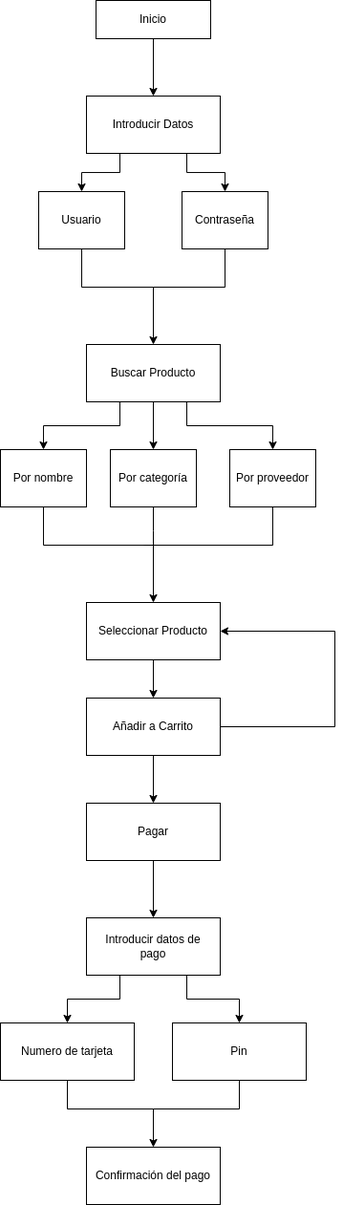
This is ExamenDiagramaActividades2.png from PeterMartEsc/ETS, a draw.io export, as it was before one commit. Source tidied: cells renumbered, new cells last; positions are measured from the earlier drawing's top-left corner, leaving out a move shared by most shapes.
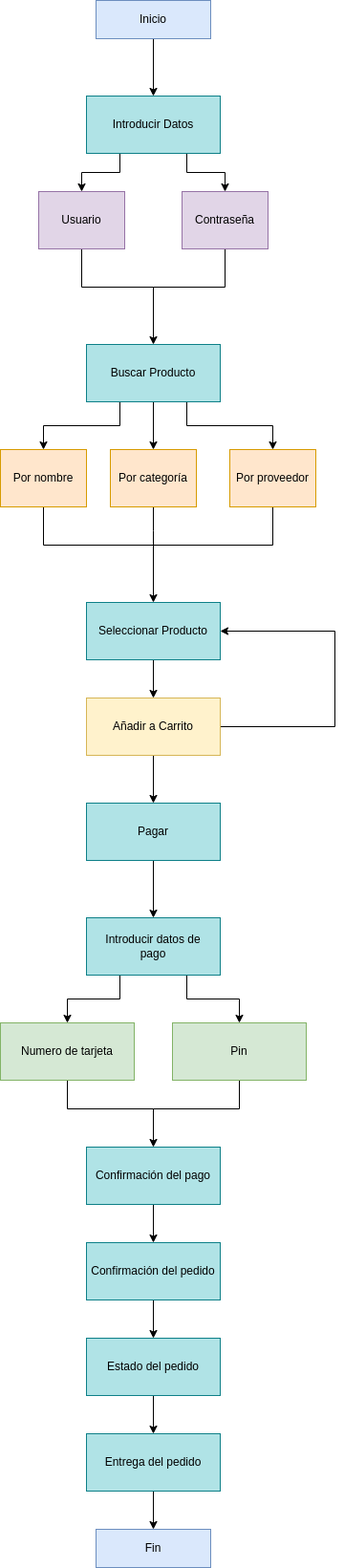
The same file after the commit.

Diff of the diagram source:
```diff
@@ -5,7 +5,7 @@
     <mxCell id="2" style="edgeStyle=orthogonalEdgeStyle;rounded=0;jettySize=auto;html=1;exitX=0.5;exitY=1;exitDx=0;exitDy=0;" parent="1" edge="1" source="3" target="6">
       <mxGeometry relative="1" as="geometry" />
     </mxCell>
-    <mxCell id="3" value="Inicio" style="rounded=0;whiteSpace=wrap;html=1;" parent="1" vertex="1">
+    <mxCell id="3" value="Inicio" style="rounded=0;whiteSpace=wrap;html=1;fillColor=#dae8fc;strokeColor=#6c8ebf;" parent="1" vertex="1">
       <mxGeometry x="100" width="120" height="40" as="geometry" />
     </mxCell>
     <mxCell id="4" style="edgeStyle=orthogonalEdgeStyle;rounded=0;jettySize=auto;html=1;exitX=0.25;exitY=1;exitDx=0;exitDy=0;entryX=0.5;entryY=0;entryDx=0;entryDy=0;" parent="1" edge="1" source="6" target="8">
@@ -14,7 +14,7 @@
     <mxCell id="5" style="edgeStyle=orthogonalEdgeStyle;rounded=0;jettySize=auto;html=1;exitX=0.75;exitY=1;exitDx=0;exitDy=0;entryX=0.5;entryY=0;entryDx=0;entryDy=0;" parent="1" edge="1" source="6" target="10">
       <mxGeometry relative="1" as="geometry" />
     </mxCell>
-    <mxCell id="6" value="Introducir Datos" style="rounded=0;whiteSpace=wrap;html=1;" parent="1" vertex="1">
+    <mxCell id="6" value="Introducir Datos" style="rounded=0;whiteSpace=wrap;html=1;fillColor=#b0e3e6;strokeColor=#0e8088;" parent="1" vertex="1">
       <mxGeometry x="90" y="100" width="140" height="60" as="geometry" />
     </mxCell>
     <mxCell id="7" style="edgeStyle=orthogonalEdgeStyle;rounded=0;jettySize=auto;html=1;entryX=0.5;entryY=0;entryDx=0;entryDy=0;" parent="1" edge="1" source="8" target="14">
@@ -25,7 +25,7 @@
         </Array>
       </mxGeometry>
     </mxCell>
-    <mxCell id="8" value="Usuario" style="rounded=0;whiteSpace=wrap;html=1;" parent="1" vertex="1">
+    <mxCell id="8" value="Usuario" style="rounded=0;whiteSpace=wrap;html=1;fillColor=#e1d5e7;strokeColor=#9673a6;" parent="1" vertex="1">
       <mxGeometry x="40" y="200" width="90" height="60" as="geometry" />
     </mxCell>
     <mxCell id="9" style="edgeStyle=orthogonalEdgeStyle;rounded=0;jettySize=auto;html=1;exitX=0.5;exitY=1;exitDx=0;exitDy=0;endArrow=none;endFill=0;" parent="1" edge="1" source="10">
@@ -36,7 +36,7 @@
         </Array>
       </mxGeometry>
     </mxCell>
-    <mxCell id="10" value="Contraseña" style="rounded=0;whiteSpace=wrap;html=1;" parent="1" vertex="1">
+    <mxCell id="10" value="Contraseña" style="rounded=0;whiteSpace=wrap;html=1;fillColor=#e1d5e7;strokeColor=#9673a6;" parent="1" vertex="1">
       <mxGeometry x="190" y="200" width="90" height="60" as="geometry" />
     </mxCell>
     <mxCell id="11" style="edgeStyle=orthogonalEdgeStyle;rounded=0;jettySize=auto;html=1;exitX=0.25;exitY=1;exitDx=0;exitDy=0;entryX=0.5;entryY=0;entryDx=0;entryDy=0;" parent="1" edge="1" source="14" target="16">
@@ -48,7 +48,7 @@
     <mxCell id="13" style="edgeStyle=orthogonalEdgeStyle;rounded=0;jettySize=auto;html=1;exitX=0.75;exitY=1;exitDx=0;exitDy=0;entryX=0.5;entryY=0;entryDx=0;entryDy=0;" parent="1" edge="1" source="14" target="20">
       <mxGeometry relative="1" as="geometry" />
     </mxCell>
-    <mxCell id="14" value="Buscar Producto" style="rounded=0;whiteSpace=wrap;html=1;" parent="1" vertex="1">
+    <mxCell id="14" value="Buscar Producto" style="rounded=0;whiteSpace=wrap;html=1;fillColor=#b0e3e6;strokeColor=#0e8088;" parent="1" vertex="1">
       <mxGeometry x="90" y="360" width="140" height="60" as="geometry" />
     </mxCell>
     <mxCell id="15" style="edgeStyle=orthogonalEdgeStyle;rounded=0;jettySize=auto;html=1;exitX=0.5;exitY=1;exitDx=0;exitDy=0;entryX=0.5;entryY=0;entryDx=0;entryDy=0;" parent="1" edge="1" source="16" target="22">
@@ -59,7 +59,7 @@
         </Array>
       </mxGeometry>
     </mxCell>
-    <mxCell id="16" value="Por nombre" style="rounded=0;whiteSpace=wrap;html=1;" parent="1" vertex="1">
+    <mxCell id="16" value="Por nombre" style="rounded=0;whiteSpace=wrap;html=1;fillColor=#ffe6cc;strokeColor=#d79b00;" parent="1" vertex="1">
       <mxGeometry y="470" width="90" height="60" as="geometry" />
     </mxCell>
     <mxCell id="17" style="edgeStyle=orthogonalEdgeStyle;rounded=0;jettySize=auto;html=1;exitX=0.5;exitY=1;exitDx=0;exitDy=0;endArrow=none;endFill=0;" parent="1" edge="1" source="18">
@@ -67,7 +67,7 @@
         <mxPoint x="160" y="580" as="targetPoint" />
       </mxGeometry>
     </mxCell>
-    <mxCell id="18" value="Por categoría" style="rounded=0;whiteSpace=wrap;html=1;" parent="1" vertex="1">
+    <mxCell id="18" value="Por categoría" style="rounded=0;whiteSpace=wrap;html=1;fillColor=#ffe6cc;strokeColor=#d79b00;" parent="1" vertex="1">
       <mxGeometry x="115" y="470" width="90" height="60" as="geometry" />
     </mxCell>
     <mxCell id="19" style="edgeStyle=orthogonalEdgeStyle;rounded=0;jettySize=auto;html=1;exitX=0.5;exitY=1;exitDx=0;exitDy=0;endArrow=none;endFill=0;" parent="1" edge="1" source="20">
@@ -79,13 +79,13 @@
         </Array>
       </mxGeometry>
     </mxCell>
-    <mxCell id="20" value="Por proveedor" style="rounded=0;whiteSpace=wrap;html=1;" parent="1" vertex="1">
+    <mxCell id="20" value="Por proveedor" style="rounded=0;whiteSpace=wrap;html=1;fillColor=#ffe6cc;strokeColor=#d79b00;" parent="1" vertex="1">
       <mxGeometry x="240" y="470" width="90" height="60" as="geometry" />
     </mxCell>
     <mxCell id="21" style="edgeStyle=orthogonalEdgeStyle;rounded=0;jettySize=auto;html=1;exitX=0.5;exitY=1;exitDx=0;exitDy=0;entryX=0.5;entryY=0;entryDx=0;entryDy=0;" parent="1" edge="1" source="22" target="25">
       <mxGeometry relative="1" as="geometry" />
     </mxCell>
-    <mxCell id="22" value="Seleccionar Producto" style="rounded=0;whiteSpace=wrap;html=1;" parent="1" vertex="1">
+    <mxCell id="22" value="Seleccionar Producto" style="rounded=0;whiteSpace=wrap;html=1;fillColor=#b0e3e6;strokeColor=#0e8088;" parent="1" vertex="1">
       <mxGeometry x="90" y="630" width="140" height="60" as="geometry" />
     </mxCell>
     <mxCell id="23" style="edgeStyle=orthogonalEdgeStyle;rounded=0;jettySize=auto;html=1;exitX=0.5;exitY=1;exitDx=0;exitDy=0;entryX=0.5;entryY=0;entryDx=0;entryDy=0;" parent="1" edge="1" source="25" target="27">
@@ -99,13 +99,13 @@
         </Array>
       </mxGeometry>
     </mxCell>
-    <mxCell id="25" value="Añadir a Carrito" style="rounded=0;whiteSpace=wrap;html=1;" parent="1" vertex="1">
+    <mxCell id="25" value="Añadir a Carrito" style="rounded=0;whiteSpace=wrap;html=1;fillColor=#fff2cc;strokeColor=#d6b656;" parent="1" vertex="1">
       <mxGeometry x="90" y="730" width="140" height="60" as="geometry" />
     </mxCell>
     <mxCell id="26" style="edgeStyle=orthogonalEdgeStyle;rounded=0;jettySize=auto;html=1;exitX=0.5;exitY=1;exitDx=0;exitDy=0;entryX=0.5;entryY=0;entryDx=0;entryDy=0;" parent="1" edge="1" source="27" target="30">
       <mxGeometry relative="1" as="geometry" />
     </mxCell>
-    <mxCell id="27" value="Pagar" style="rounded=0;whiteSpace=wrap;html=1;" parent="1" vertex="1">
+    <mxCell id="27" value="Pagar" style="rounded=0;whiteSpace=wrap;html=1;fillColor=#b0e3e6;strokeColor=#0e8088;" parent="1" vertex="1">
       <mxGeometry x="90" y="840" width="140" height="60" as="geometry" />
     </mxCell>
     <mxCell id="28" style="edgeStyle=orthogonalEdgeStyle;rounded=0;jettySize=auto;html=1;exitX=0.25;exitY=1;exitDx=0;exitDy=0;entryX=0.5;entryY=0;entryDx=0;entryDy=0;" parent="1" edge="1" source="30" target="32">
@@ -114,7 +114,7 @@
     <mxCell id="29" style="edgeStyle=orthogonalEdgeStyle;rounded=0;jettySize=auto;html=1;exitX=0.75;exitY=1;exitDx=0;exitDy=0;entryX=0.5;entryY=0;entryDx=0;entryDy=0;" parent="1" edge="1" source="30" target="34">
       <mxGeometry relative="1" as="geometry" />
     </mxCell>
-    <mxCell id="30" value="Introducir datos de &lt;br&gt;pago" style="rounded=0;whiteSpace=wrap;html=1;" parent="1" vertex="1">
+    <mxCell id="30" value="Introducir datos de &lt;br&gt;pago" style="rounded=0;whiteSpace=wrap;html=1;fillColor=#b0e3e6;strokeColor=#0e8088;" parent="1" vertex="1">
       <mxGeometry x="90" y="960" width="140" height="60" as="geometry" />
     </mxCell>
     <mxCell id="31" style="edgeStyle=orthogonalEdgeStyle;rounded=0;jettySize=auto;html=1;exitX=0.5;exitY=1;exitDx=0;exitDy=0;entryX=0.5;entryY=0;entryDx=0;entryDy=0;" parent="1" edge="1" source="32" target="35">
@@ -125,7 +125,7 @@
         </Array>
       </mxGeometry>
     </mxCell>
-    <mxCell id="32" value="Numero de tarjeta" style="rounded=0;whiteSpace=wrap;html=1;" parent="1" vertex="1">
+    <mxCell id="32" value="Numero de tarjeta" style="rounded=0;whiteSpace=wrap;html=1;fillColor=#d5e8d4;strokeColor=#82b366;" parent="1" vertex="1">
       <mxGeometry y="1070" width="140" height="60" as="geometry" />
     </mxCell>
     <mxCell id="33" style="edgeStyle=orthogonalEdgeStyle;rounded=0;jettySize=auto;html=1;exitX=0.5;exitY=1;exitDx=0;exitDy=0;endArrow=none;endFill=0;" parent="1" edge="1" source="34">
@@ -136,11 +136,35 @@
         </Array>
       </mxGeometry>
     </mxCell>
-    <mxCell id="34" value="Pin" style="rounded=0;whiteSpace=wrap;html=1;" parent="1" vertex="1">
+    <mxCell id="34" value="Pin" style="rounded=0;whiteSpace=wrap;html=1;fillColor=#d5e8d4;strokeColor=#82b366;" parent="1" vertex="1">
       <mxGeometry x="180" y="1070" width="140" height="60" as="geometry" />
     </mxCell>
+    <mxCell id="36" style="edgeStyle=orthogonalEdgeStyle;rounded=0;jettySize=auto;html=1;exitX=0.5;exitY=1;exitDx=0;exitDy=0;entryX=0.5;entryY=0;entryDx=0;entryDy=0;" parent="1" edge="1" source="35" target="38">
+      <mxGeometry relative="1" as="geometry" />
+    </mxCell>
-    <mxCell id="35" value="Confirmación del pago" style="rounded=0;whiteSpace=wrap;html=1;" parent="1" vertex="1">
+    <mxCell id="35" value="Confirmación del pago" style="rounded=0;whiteSpace=wrap;html=1;fillColor=#b0e3e6;strokeColor=#0e8088;" parent="1" vertex="1">
       <mxGeometry x="90" y="1200" width="140" height="60" as="geometry" />
     </mxCell>
+    <mxCell id="37" style="edgeStyle=orthogonalEdgeStyle;rounded=0;jettySize=auto;html=1;exitX=0.5;exitY=1;exitDx=0;exitDy=0;entryX=0.5;entryY=0;entryDx=0;entryDy=0;" parent="1" edge="1" source="38" target="40">
+      <mxGeometry relative="1" as="geometry" />
+    </mxCell>
+    <mxCell id="38" value="Confirmación del pedido" style="rounded=0;whiteSpace=wrap;html=1;fillColor=#b0e3e6;strokeColor=#0e8088;" parent="1" vertex="1">
+      <mxGeometry x="90" y="1300" width="140" height="60" as="geometry" />
+    </mxCell>
+    <mxCell id="39" style="edgeStyle=orthogonalEdgeStyle;rounded=0;jettySize=auto;html=1;exitX=0.5;exitY=1;exitDx=0;exitDy=0;entryX=0.5;entryY=0;entryDx=0;entryDy=0;" parent="1" edge="1" source="40" target="42">
+      <mxGeometry relative="1" as="geometry" />
+    </mxCell>
+    <mxCell id="40" value="Estado del pedido" style="rounded=0;whiteSpace=wrap;html=1;fillColor=#b0e3e6;strokeColor=#0e8088;" parent="1" vertex="1">
+      <mxGeometry x="90" y="1400" width="140" height="60" as="geometry" />
+    </mxCell>
+    <mxCell id="41" style="edgeStyle=orthogonalEdgeStyle;rounded=0;jettySize=auto;html=1;exitX=0.5;exitY=1;exitDx=0;exitDy=0;entryX=0.5;entryY=0;entryDx=0;entryDy=0;" parent="1" edge="1" source="42" target="43">
+      <mxGeometry relative="1" as="geometry" />
+    </mxCell>
+    <mxCell id="42" value="Entrega del pedido" style="rounded=0;whiteSpace=wrap;html=1;fillColor=#b0e3e6;strokeColor=#0e8088;" parent="1" vertex="1">
+      <mxGeometry x="90" y="1500" width="140" height="60" as="geometry" />
+    </mxCell>
+    <mxCell id="43" value="Fin" style="rounded=0;whiteSpace=wrap;html=1;fillColor=#dae8fc;strokeColor=#6c8ebf;" parent="1" vertex="1">
+      <mxGeometry x="100" y="1600" width="120" height="40" as="geometry" />
+    </mxCell>
   </root>
 </mxGraphModel>
```
